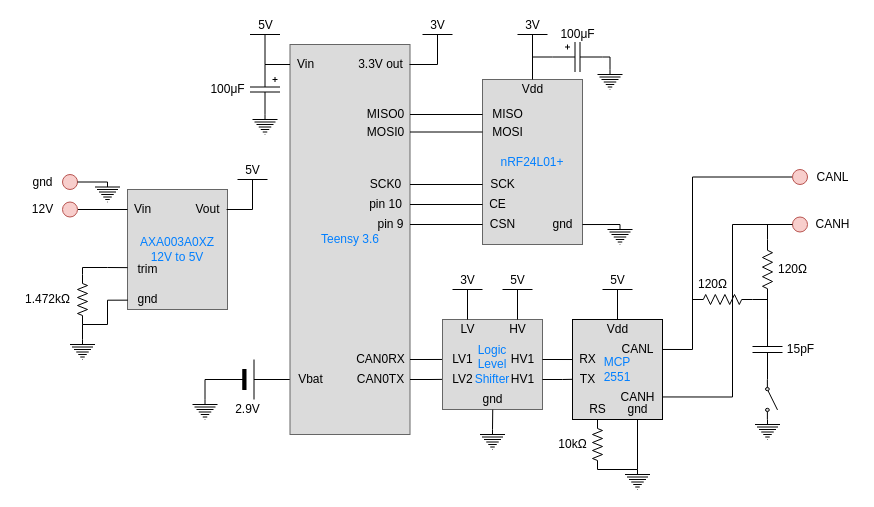
tjarker/Telemetry keeps this draw.io diagram as documentation/diagrams/SCU_CircuitDiagram.drawio. Above is the earlier version. Source tidied: cells renumbered, new cells numbered last; positions are measured from the earlier drawing's top-left corner, leaving out a move shared by most shapes. Both pictures are drawn from the tidied source at 100%, with x=0, y=0 at pixel (17, 24).
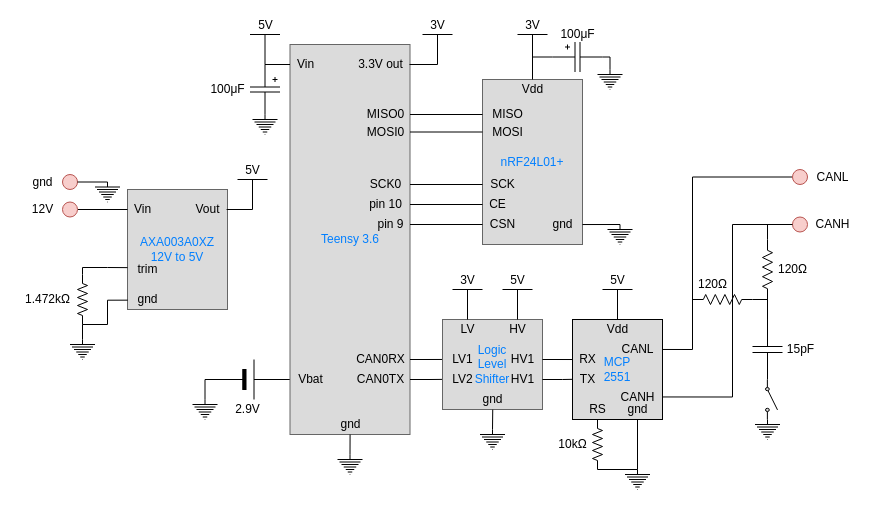
After the change.

Commit message (it also covers changes not shown here):
add teensy ground to both circuit diagrams

The edit, as a diff of the source:
```diff
@@
+    <mxCell id="113" value="gnd" style="text;html=1;align=center;verticalAlign=middle;points=[];strokeColor=none;fontSize=12;" parent="1" vertex="1">
+      <mxGeometry x="312.5" y="390" width="40" height="20" as="geometry" />
+    </mxCell>
+    <mxCell id="114" style="edgeStyle=orthogonalEdgeStyle;rounded=0;jettySize=auto;html=1;exitX=0.5;exitY=0;exitDx=0;exitDy=0;exitPerimeter=0;entryX=0.502;entryY=1.003;entryDx=0;entryDy=0;entryPerimeter=0;endArrow=none;endFill=0;" parent="1" edge="1" source="115" target="113">
+      <mxGeometry relative="1" as="geometry" />
+    </mxCell>
+    <mxCell id="115" style="verticalLabelPosition=bottom;shadow=0;dashed=0;align=center;html=1;verticalAlign=top;shape=mxgraph.electrical.signal_sources.protective_earth;fontSize=12;" parent="1" vertex="1">
+      <mxGeometry x="320" y="430" width="25" height="20" as="geometry" />
+    </mxCell>
```
